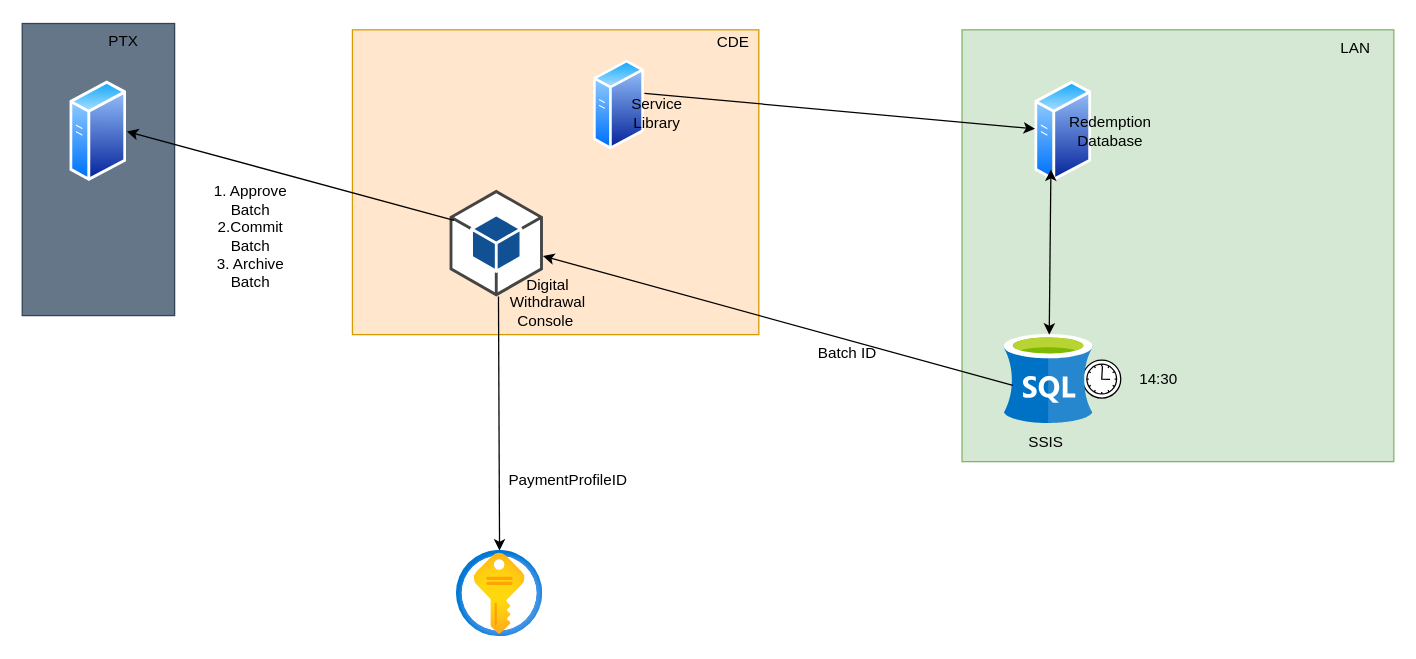
This is DigitalWithdrawalsLowLevelDiagram.drawio from mattwatts36/drawings, a draw.io file, before an edit. Source tidied: cells renumbered, new cells numbered last; positions are measured from the earlier drawing's top-left corner, leaving out a move shared by most shapes. Both pictures are drawn from the tidied source at 127%, with x=0, y=0 at pixel (22, 22).
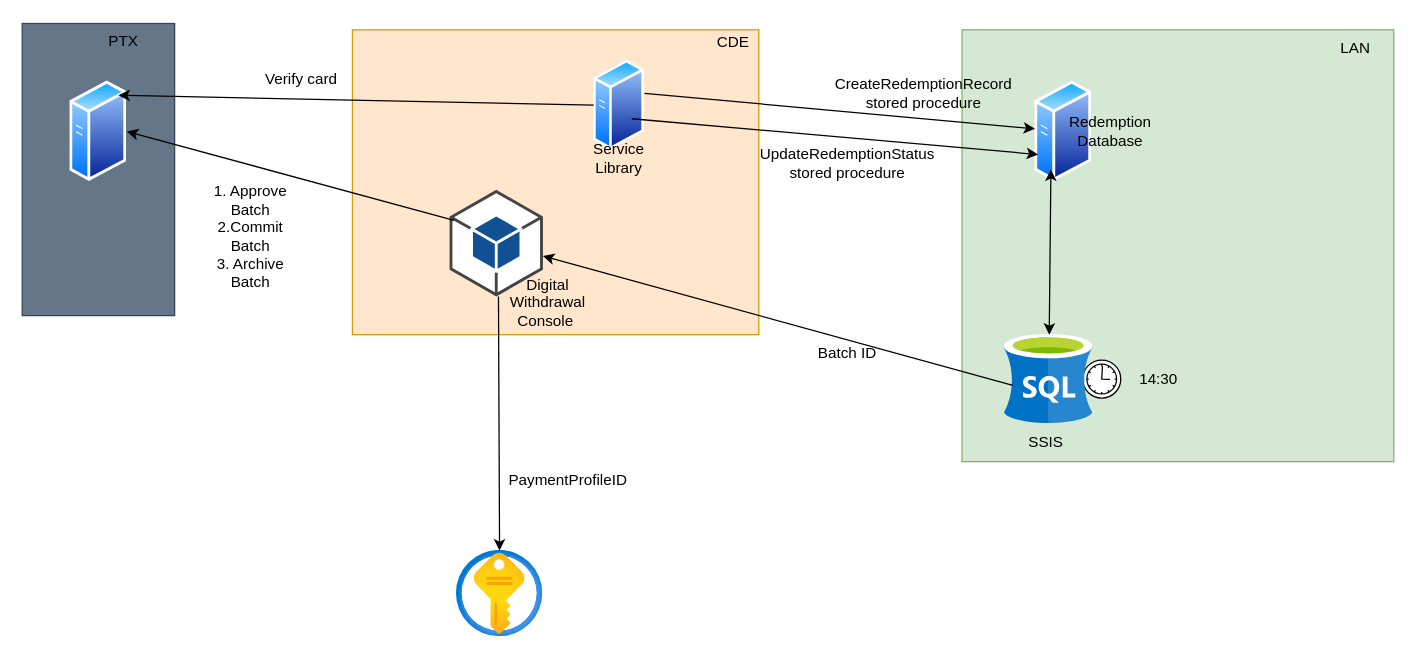
Above is the later version.

Commit message:
Added redemption steps

The change refers to these unchanged cells:
```xml
<mxCell id="3" style="image;perimeter=ellipsePerimeter;html=1;align=center;shadow=0;dashed=0;spacingTop=3;image=img/lib/active_directory/generic_server.svg;" parent="1" vertex="1">
  <mxGeometry x="797.4" y="46" width="44.8" height="80" as="geometry" />
</mxCell>
<mxCell id="6" style="image;perimeter=ellipsePerimeter;html=1;align=center;shadow=0;dashed=0;spacingTop=3;image=img/lib/active_directory/generic_server.svg;" parent="1" vertex="1">
  <mxGeometry x="450" y="29.6" width="40" height="71.4" as="geometry" />
</mxCell>
<mxCell id="8" style="image;perimeter=ellipsePerimeter;html=1;align=center;shadow=0;dashed=0;spacingTop=3;image=img/lib/active_directory/generic_server.svg;" parent="1" vertex="1">
  <mxGeometry x="37.6" y="46" width="44.8" height="80" as="geometry" />
</mxCell>
```

Change to the diagram source:
```diff
@@
     <mxCell id="14" value="Service Library" style="text;html=1;strokeColor=none;fillColor=none;align=center;verticalAlign=middle;whiteSpace=wrap;rounded=0;" parent="1" vertex="1">
-      <mxGeometry x="470" y="57.4" width="60" height="30" as="geometry" />
+      <mxGeometry x="440" y="92" width="60" height="30" as="geometry" />
     </mxCell>
@@
+    <mxCell id="28" style="endArrow=classic;html=1;rounded=0;entryX=1;entryY=0;entryDx=0;entryDy=0;exitX=0;exitY=0.5;exitDx=0;exitDy=0;" parent="1" edge="1" source="6" target="8">
+      <mxGeometry relative="1" as="geometry" />
+    </mxCell>
+    <mxCell id="29" value="CreateRedemptionRecord stored procedure" style="text;html=1;strokeColor=none;fillColor=none;align=center;verticalAlign=middle;whiteSpace=wrap;rounded=0;" parent="1" vertex="1">
+      <mxGeometry x="680" y="41" width="60" height="30" as="geometry" />
+    </mxCell>
+    <mxCell id="30" style="endArrow=classic;html=1;rounded=0;entryX=0;entryY=0.75;entryDx=0;entryDy=0;" parent="1" edge="1" target="3">
+      <mxGeometry relative="1" as="geometry">
+        <mxPoint x="480" y="76" as="sourcePoint" />
+      </mxGeometry>
+    </mxCell>
+    <mxCell id="31" value="Verify card" style="text;html=1;strokeColor=none;fillColor=none;align=center;verticalAlign=middle;whiteSpace=wrap;rounded=0;" parent="1" vertex="1">
+      <mxGeometry x="190" y="30" width="60" height="30" as="geometry" />
+    </mxCell>
+    <mxCell id="32" value="UpdateRedemptionStatus stored procedure" style="text;html=1;strokeColor=none;fillColor=none;align=center;verticalAlign=middle;whiteSpace=wrap;rounded=0;" parent="1" vertex="1">
+      <mxGeometry x="620" y="96" width="60" height="30" as="geometry" />
+    </mxCell>
```
